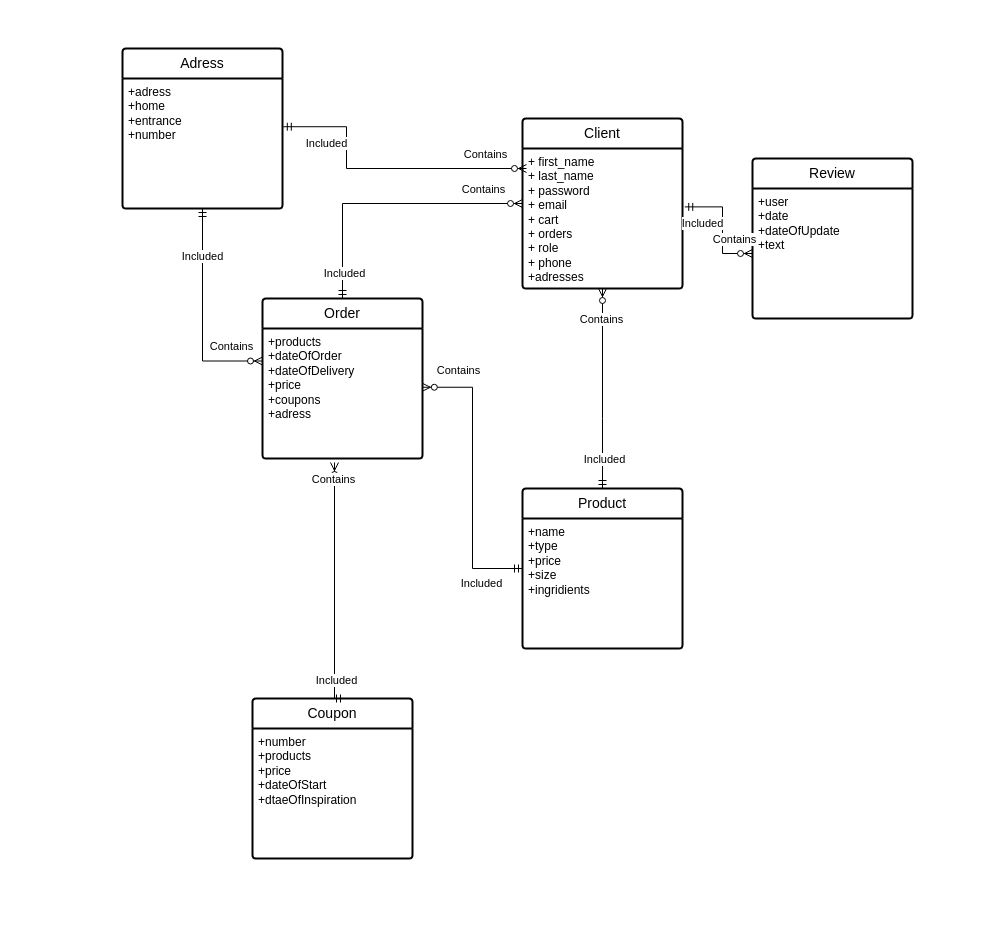
The draw.io diagram mydb.drawio in kirikate/DBMS, before the edit. Source tidied: cells renumbered, new cells numbered last; positions are measured from the earlier drawing's top-left corner, leaving out a move shared by most shapes. Both pictures are drawn from the tidied source at 100%, with x=0, y=0 at pixel (122, 48).
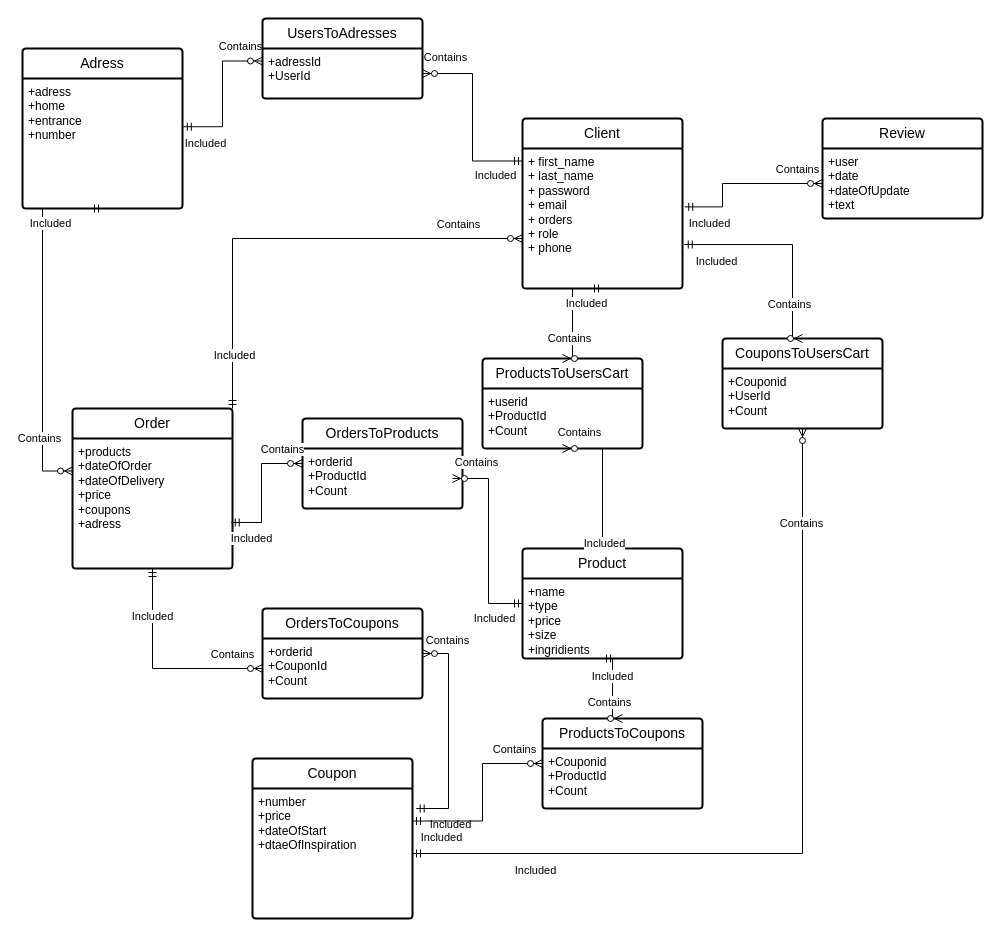
The same diagram, later.

The change refers to these unchanged cells:
```xml
<mxCell id="2" value="Client" style="swimlane;horizontal=1;startSize=30;rounded=1;fontSize=14;fontStyle=0;strokeWidth=2;shadow=0;dashed=0;align=center;arcSize=4;whiteSpace=wrap;html=1;" parent="1" vertex="1">
  <mxGeometry x="400" y="70" width="160" height="170" as="geometry" />
</mxCell>
<mxCell id="8" value="+products&lt;br&gt;+dateOfOrder&lt;br&gt;+dateOfDelivery&lt;br&gt;+price&lt;br&gt;+coupons&lt;br&gt;+adress" style="align=left;strokeColor=none;fillColor=none;spacingLeft=4;fontSize=12;verticalAlign=top;html=1;" parent="7" vertex="1">
  <mxGeometry y="30" width="160" height="130" as="geometry" />
</mxCell>
<mxCell id="25" value="+adress&lt;br&gt;+home&lt;br&gt;+entrance&lt;br&gt;+number&lt;br&gt;" style="align=left;strokeColor=none;fillColor=none;spacingLeft=4;fontSize=12;verticalAlign=top;html=1;" parent="24" vertex="1">
  <mxGeometry y="30" width="160" height="130" as="geometry" />
</mxCell>
```

What changed in the source:
```diff
@@
-    <mxCell id="3" value="+ first_name&lt;br&gt;+ last_name&lt;br&gt;+ password&lt;br&gt;+ email&lt;br&gt;+ cart&lt;br&gt;+ orders&lt;br&gt;+ role&lt;br&gt;+ phone&lt;br&gt;+adresses" style="align=left;strokeColor=none;fillColor=none;spacingLeft=4;fontSize=12;verticalAlign=top;html=1;" parent="2" vertex="1">
+    <mxCell id="3" value="+ first_name&lt;br&gt;+ last_name&lt;br&gt;+ password&lt;br&gt;+ email&lt;br&gt;+ orders&lt;br&gt;+ role&lt;br&gt;+ phone" style="align=left;strokeColor=none;fillColor=none;spacingLeft=4;fontSize=12;verticalAlign=top;html=1;" parent="2" vertex="1">
       <mxGeometry y="30" width="160" height="140" as="geometry" />
     </mxCell>
-    <mxCell id="4" style="fontSize=12;html=1;endArrow=ERzeroToMany;startArrow=ERmandOne;rounded=0;edgeStyle=elbowEdgeStyle;entryX=0;entryY=0.5;entryDx=0;entryDy=0;exitX=0.5;exitY=0;exitDx=0;exitDy=0;" parent="1" edge="1" source="7" target="2">
+    <mxCell id="4" style="fontSize=12;html=1;endArrow=ERzeroToMany;startArrow=ERmandOne;rounded=0;edgeStyle=elbowEdgeStyle;entryX=0;entryY=0.5;entryDx=0;entryDy=0;" parent="1" edge="1" source="7">
       <mxGeometry relative="1" as="geometry">
+        <mxPoint x="400" y="190" as="targetPoint" />
         <Array as="points">
-          <mxPoint x="220" y="385" />
+          <mxPoint x="110" y="275" />
         </Array>
       </mxGeometry>
     </mxCell>
@@
     <mxCell id="7" value="Order" style="swimlane;horizontal=1;startSize=30;rounded=1;fontSize=14;fontStyle=0;strokeWidth=2;shadow=0;dashed=0;align=center;arcSize=4;whiteSpace=wrap;html=1;" parent="1" vertex="1">
-      <mxGeometry x="140" y="250" width="160" height="160" as="geometry" />
+      <mxGeometry x="-50" y="360" width="160" height="160" as="geometry" />
     </mxCell>
@@
     <mxCell id="9" value="Product" style="swimlane;horizontal=1;startSize=30;rounded=1;fontSize=14;fontStyle=0;strokeWidth=2;shadow=0;dashed=0;align=center;arcSize=4;whiteSpace=wrap;html=1;" parent="1" vertex="1">
-      <mxGeometry x="400" y="440" width="160" height="160" as="geometry" />
+      <mxGeometry x="400" y="500" width="160" height="110" as="geometry" />
     </mxCell>
     <mxCell id="10" value="+name&lt;br&gt;+type&lt;br&gt;+price&lt;br&gt;+size&lt;br&gt;+ingridients" style="align=left;strokeColor=none;fillColor=none;spacingLeft=4;fontSize=12;verticalAlign=top;html=1;" parent="9" vertex="1">
-      <mxGeometry y="30" width="160" height="130" as="geometry" />
+      <mxGeometry y="30" width="160" height="80" as="geometry" />
     </mxCell>
-    <mxCell id="11" style="fontSize=12;html=1;endArrow=ERzeroToMany;startArrow=ERmandOne;rounded=0;edgeStyle=elbowEdgeStyle;entryX=0.5;entryY=1;entryDx=0;entryDy=0;exitX=0.5;exitY=0;exitDx=0;exitDy=0;" parent="1" edge="1" source="9" target="3">
-      <mxGeometry relative="1" as="geometry">
-        <Array as="points">
-          <mxPoint x="480" y="370" />
-        </Array>
-      </mxGeometry>
-    </mxCell>
-    <mxCell id="12" value="Contains" style="edgeLabel;html=1;align=center;verticalAlign=middle;" parent="11" vertex="1">
-      <mxGeometry x="0.73" y="-1" relative="1" as="geometry">
-        <mxPoint x="-3" y="3" as="offset" />
-      </mxGeometry>
-    </mxCell>
-    <mxCell id="13" value="Included" style="edgeLabel;html=1;align=center;verticalAlign=middle;" parent="11" vertex="1">
-      <mxGeometry x="-0.7" y="-1" relative="1" as="geometry" />
-    </mxCell>
-    <mxCell id="14" style="fontSize=12;html=1;endArrow=ERzeroToMany;startArrow=ERmandOne;rounded=0;edgeStyle=elbowEdgeStyle;entryX=0.999;entryY=0.452;entryDx=0;entryDy=0;exitX=0;exitY=0.5;exitDx=0;exitDy=0;entryPerimeter=0;" parent="1" edge="1" source="9" target="8">
-      <mxGeometry relative="1" as="geometry">
-        <Array as="points">
-          <mxPoint x="350" y="340" />
-        </Array>
-      </mxGeometry>
-    </mxCell>
-    <mxCell id="15" value="Contains" style="edgeLabel;html=1;align=center;verticalAlign=middle;" parent="14" vertex="1">
-      <mxGeometry x="0.73" y="-1" relative="1" as="geometry">
-        <mxPoint x="-3" y="-16" as="offset" />
-      </mxGeometry>
-    </mxCell>
-    <mxCell id="16" value="Included" style="edgeLabel;html=1;align=center;verticalAlign=middle;" parent="14" vertex="1">
-      <mxGeometry x="-0.7" y="-1" relative="1" as="geometry">
-        <mxPoint y="15" as="offset" />
-      </mxGeometry>
-    </mxCell>
     <mxCell id="17" value="Coupon" style="swimlane;horizontal=1;startSize=30;rounded=1;fontSize=14;fontStyle=0;strokeWidth=2;shadow=0;dashed=0;align=center;arcSize=4;whiteSpace=wrap;html=1;" parent="1" vertex="1">
-      <mxGeometry x="130" y="650" width="160" height="160" as="geometry" />
+      <mxGeometry x="130" y="710" width="160" height="160" as="geometry" />
     </mxCell>
-    <mxCell id="18" value="+number&lt;br&gt;+products&lt;br&gt;+price&lt;br&gt;+dateOfStart&lt;br&gt;+dtaeOfInspiration" style="align=left;strokeColor=none;fillColor=none;spacingLeft=4;fontSize=12;verticalAlign=top;html=1;" parent="17" vertex="1">
+    <mxCell id="18" value="+number&lt;br&gt;+price&lt;br&gt;+dateOfStart&lt;br&gt;+dtaeOfInspiration" style="align=left;strokeColor=none;fillColor=none;spacingLeft=4;fontSize=12;verticalAlign=top;html=1;" parent="17" vertex="1">
       <mxGeometry y="30" width="160" height="130" as="geometry" />
     </mxCell>
-    <mxCell id="19" style="fontSize=12;html=1;endArrow=ERzeroToMany;startArrow=ERmandOne;rounded=0;edgeStyle=elbowEdgeStyle;entryX=0.449;entryY=1.031;entryDx=0;entryDy=0;exitX=0.5;exitY=0;exitDx=0;exitDy=0;entryPerimeter=0;" parent="1" edge="1" source="17" target="8">
-      <mxGeometry relative="1" as="geometry">
-        <Array as="points">
-          <mxPoint x="212" y="490" />
-          <mxPoint x="280" y="526" />
-        </Array>
-      </mxGeometry>
-    </mxCell>
-    <mxCell id="20" value="Contains" style="edgeLabel;html=1;align=center;verticalAlign=middle;" parent="19" vertex="1">
-      <mxGeometry x="0.73" y="-1" relative="1" as="geometry">
-        <mxPoint x="-3" y="-16" as="offset" />
-      </mxGeometry>
-    </mxCell>
-    <mxCell id="21" value="Included" style="edgeLabel;html=1;align=center;verticalAlign=middle;" parent="19" vertex="1">
-      <mxGeometry x="-0.7" y="-1" relative="1" as="geometry">
-        <mxPoint y="15" as="offset" />
-      </mxGeometry>
-    </mxCell>
     <mxCell id="22" value="Review" style="swimlane;horizontal=1;startSize=30;rounded=1;fontSize=14;fontStyle=0;strokeWidth=2;shadow=0;dashed=0;align=center;arcSize=4;whiteSpace=wrap;html=1;" parent="1" vertex="1">
-      <mxGeometry x="630" y="110" width="160" height="160" as="geometry" />
+      <mxGeometry x="700" y="70" width="160" height="100" as="geometry" />
     </mxCell>
     <mxCell id="23" value="+user&lt;br&gt;+date&lt;br&gt;+dateOfUpdate&lt;br&gt;+text" style="align=left;strokeColor=none;fillColor=none;spacingLeft=4;fontSize=12;verticalAlign=top;html=1;" parent="22" vertex="1">
-      <mxGeometry y="30" width="160" height="130" as="geometry" />
+      <mxGeometry y="30" width="160" height="70" as="geometry" />
     </mxCell>
     <mxCell id="24" value="Adress" style="swimlane;horizontal=1;startSize=30;rounded=1;fontSize=14;fontStyle=0;strokeWidth=2;shadow=0;dashed=0;align=center;arcSize=4;whiteSpace=wrap;html=1;" parent="1" vertex="1">
-      <mxGeometry width="160" height="160" as="geometry" />
+      <mxGeometry x="-100" width="160" height="160" as="geometry" />
     </mxCell>
@@
-    <mxCell id="26" style="fontSize=12;html=1;endArrow=ERzeroToMany;startArrow=ERmandOne;rounded=0;edgeStyle=elbowEdgeStyle;entryX=0;entryY=0.5;entryDx=0;entryDy=0;exitX=1.005;exitY=0.371;exitDx=0;exitDy=0;exitPerimeter=0;" parent="1" edge="1" source="25">
+    <mxCell id="26" style="fontSize=12;html=1;endArrow=ERzeroToMany;startArrow=ERmandOne;rounded=0;edgeStyle=elbowEdgeStyle;exitX=1.005;exitY=0.371;exitDx=0;exitDy=0;exitPerimeter=0;entryX=0;entryY=0.25;entryDx=0;entryDy=0;" parent="1" edge="1" source="25" target="36">
       <mxGeometry relative="1" as="geometry">
-        <mxPoint x="404" y="120" as="targetPoint" />
         <Array as="points">
-          <mxPoint x="224" y="350" />
+          <mxPoint x="100" y="60" />
+          <mxPoint x="200" y="70" />
         </Array>
       </mxGeometry>
     </mxCell>
@@
     <mxCell id="29" style="fontSize=12;html=1;endArrow=ERzeroToMany;startArrow=ERmandOne;rounded=0;edgeStyle=elbowEdgeStyle;entryX=0;entryY=0.25;entryDx=0;entryDy=0;exitX=0.5;exitY=1;exitDx=0;exitDy=0;" parent="1" edge="1" source="25" target="8">
       <mxGeometry relative="1" as="geometry">
         <Array as="points">
-          <mxPoint x="80" y="230" />
+          <mxPoint x="-80" y="300" />
         </Array>
       </mxGeometry>
     </mxCell>
@@
+    <mxCell id="35" value="UsersToAdresses" style="swimlane;horizontal=1;startSize=30;rounded=1;fontSize=14;fontStyle=0;strokeWidth=2;shadow=0;dashed=0;align=center;arcSize=4;whiteSpace=wrap;html=1;" parent="1" vertex="1">
+      <mxGeometry x="140" y="-30" width="160" height="80" as="geometry" />
+    </mxCell>
+    <mxCell id="36" value="+adressId&lt;br&gt;+UserId" style="align=left;strokeColor=none;fillColor=none;spacingLeft=4;fontSize=12;verticalAlign=top;html=1;" parent="35" vertex="1">
+      <mxGeometry y="30" width="160" height="50" as="geometry" />
+    </mxCell>
+    <mxCell id="37" style="fontSize=12;html=1;endArrow=ERzeroToMany;startArrow=ERmandOne;rounded=0;edgeStyle=elbowEdgeStyle;exitX=0;exitY=0.25;exitDx=0;exitDy=0;entryX=1;entryY=0.5;entryDx=0;entryDy=0;" parent="1" edge="1" source="2" target="36">
+      <mxGeometry relative="1" as="geometry">
+        <Array as="points">
+          <mxPoint x="350" y="70" />
+          <mxPoint x="210" y="80" />
+        </Array>
+      </mxGeometry>
+    </mxCell>
+    <mxCell id="38" value="Contains" style="edgeLabel;html=1;align=center;verticalAlign=middle;" parent="37" vertex="1">
+      <mxGeometry x="0.73" y="-1" relative="1" as="geometry">
+        <mxPoint x="-3" y="-16" as="offset" />
+      </mxGeometry>
+    </mxCell>
+    <mxCell id="39" value="Included" style="edgeLabel;html=1;align=center;verticalAlign=middle;" parent="37" vertex="1">
+      <mxGeometry x="-0.7" y="-1" relative="1" as="geometry">
+        <mxPoint y="15" as="offset" />
+      </mxGeometry>
+    </mxCell>
+    <mxCell id="40" value="OrdersToProducts" style="swimlane;horizontal=1;startSize=30;rounded=1;fontSize=14;fontStyle=0;strokeWidth=2;shadow=0;dashed=0;align=center;arcSize=4;whiteSpace=wrap;html=1;" parent="1" vertex="1">
+      <mxGeometry x="180" y="370" width="160" height="90" as="geometry" />
+    </mxCell>
+    <mxCell id="41" style="fontSize=12;html=1;endArrow=ERzeroToMany;startArrow=ERmandOne;rounded=0;edgeStyle=elbowEdgeStyle;exitX=0;exitY=0.5;exitDx=0;exitDy=0;entryX=1;entryY=0.5;entryDx=0;entryDy=0;" parent="40" edge="1" source="9">
+      <mxGeometry relative="1" as="geometry">
+        <mxPoint x="150" y="60" as="targetPoint" />
+        <Array as="points">
+          <mxPoint x="186" y="105" />
+          <mxPoint x="46" y="115" />
+        </Array>
+      </mxGeometry>
+    </mxCell>
+    <mxCell id="42" value="Contains" style="edgeLabel;html=1;align=center;verticalAlign=middle;" parent="41" vertex="1">
+      <mxGeometry x="0.73" y="-1" relative="1" as="geometry">
+        <mxPoint x="-3" y="-16" as="offset" />
+      </mxGeometry>
+    </mxCell>
+    <mxCell id="43" value="Included" style="edgeLabel;html=1;align=center;verticalAlign=middle;" parent="41" vertex="1">
+      <mxGeometry x="-0.7" y="-1" relative="1" as="geometry">
+        <mxPoint y="15" as="offset" />
+      </mxGeometry>
+    </mxCell>
+    <mxCell id="44" value="+orderid&lt;br&gt;+ProductId&lt;br&gt;+Count" style="align=left;strokeColor=none;fillColor=none;spacingLeft=4;fontSize=12;verticalAlign=top;html=1;" parent="40" vertex="1">
+      <mxGeometry y="30" width="160" height="60" as="geometry" />
+    </mxCell>
+    <mxCell id="45" style="fontSize=12;html=1;endArrow=ERzeroToMany;startArrow=ERmandOne;rounded=0;edgeStyle=elbowEdgeStyle;exitX=0.992;exitY=0.646;exitDx=0;exitDy=0;exitPerimeter=0;" parent="1" edge="1" source="8">
+      <mxGeometry relative="1" as="geometry">
+        <mxPoint x="180" y="415" as="targetPoint" />
+        <Array as="points">
+          <mxPoint x="139" y="482" />
+          <mxPoint x="239" y="492" />
+        </Array>
+      </mxGeometry>
+    </mxCell>
+    <mxCell id="46" value="Contains" style="edgeLabel;html=1;align=center;verticalAlign=middle;" parent="45" vertex="1">
+      <mxGeometry x="0.73" y="-1" relative="1" as="geometry">
+        <mxPoint x="-3" y="-16" as="offset" />
+      </mxGeometry>
+    </mxCell>
+    <mxCell id="47" value="Included" style="edgeLabel;html=1;align=center;verticalAlign=middle;" parent="45" vertex="1">
+      <mxGeometry x="-0.7" y="-1" relative="1" as="geometry">
+        <mxPoint y="15" as="offset" />
+      </mxGeometry>
+    </mxCell>
+    <mxCell id="48" value="OrdersToCoupons" style="swimlane;horizontal=1;startSize=30;rounded=1;fontSize=14;fontStyle=0;strokeWidth=2;shadow=0;dashed=0;align=center;arcSize=4;whiteSpace=wrap;html=1;" parent="1" vertex="1">
+      <mxGeometry x="140" y="560" width="160" height="90" as="geometry" />
+    </mxCell>
+    <mxCell id="49" value="+orderid&lt;br&gt;+CouponId&lt;br&gt;+Count" style="align=left;strokeColor=none;fillColor=none;spacingLeft=4;fontSize=12;verticalAlign=top;html=1;" parent="48" vertex="1">
+      <mxGeometry y="30" width="160" height="60" as="geometry" />
+    </mxCell>
+    <mxCell id="50" style="fontSize=12;html=1;endArrow=ERzeroToMany;startArrow=ERmandOne;rounded=0;edgeStyle=elbowEdgeStyle;exitX=1.023;exitY=0.154;exitDx=0;exitDy=0;exitPerimeter=0;entryX=1;entryY=0.25;entryDx=0;entryDy=0;" parent="1" edge="1" source="18" target="49">
+      <mxGeometry relative="1" as="geometry">
+        <Array as="points">
+          <mxPoint x="326" y="665" />
+          <mxPoint x="186" y="675" />
+        </Array>
+      </mxGeometry>
+    </mxCell>
+    <mxCell id="51" value="Contains" style="edgeLabel;html=1;align=center;verticalAlign=middle;" parent="50" vertex="1">
+      <mxGeometry x="0.73" y="-1" relative="1" as="geometry">
+        <mxPoint x="-3" y="-16" as="offset" />
+      </mxGeometry>
+    </mxCell>
+    <mxCell id="52" value="Included" style="edgeLabel;html=1;align=center;verticalAlign=middle;" parent="50" vertex="1">
+      <mxGeometry x="-0.7" y="-1" relative="1" as="geometry">
+        <mxPoint y="15" as="offset" />
+      </mxGeometry>
+    </mxCell>
+    <mxCell id="53" style="fontSize=12;html=1;endArrow=ERzeroToMany;startArrow=ERmandOne;rounded=0;edgeStyle=elbowEdgeStyle;exitX=0.5;exitY=1;exitDx=0;exitDy=0;entryX=0;entryY=0.5;entryDx=0;entryDy=0;" parent="1" edge="1" source="8" target="49">
+      <mxGeometry relative="1" as="geometry">
+        <Array as="points">
+          <mxPoint x="30" y="600" />
+          <mxPoint x="196" y="685" />
+        </Array>
+      </mxGeometry>
+    </mxCell>
+    <mxCell id="54" value="Contains" style="edgeLabel;html=1;align=center;verticalAlign=middle;" parent="53" vertex="1">
+      <mxGeometry x="0.73" y="-1" relative="1" as="geometry">
+        <mxPoint x="-3" y="-16" as="offset" />
+      </mxGeometry>
+    </mxCell>
+    <mxCell id="55" value="Included" style="edgeLabel;html=1;align=center;verticalAlign=middle;" parent="53" vertex="1">
+      <mxGeometry x="-0.7" y="-1" relative="1" as="geometry">
+        <mxPoint y="15" as="offset" />
+      </mxGeometry>
+    </mxCell>
+    <mxCell id="56" value="ProductsToUsersCart" style="swimlane;horizontal=1;startSize=30;rounded=1;fontSize=14;fontStyle=0;strokeWidth=2;shadow=0;dashed=0;align=center;arcSize=4;whiteSpace=wrap;html=1;" parent="1" vertex="1">
+      <mxGeometry x="360" y="310" width="160" height="90" as="geometry" />
+    </mxCell>
+    <mxCell id="57" value="+userid&lt;br&gt;+ProductId&lt;br&gt;+Count" style="align=left;strokeColor=none;fillColor=none;spacingLeft=4;fontSize=12;verticalAlign=top;html=1;" parent="56" vertex="1">
+      <mxGeometry y="30" width="160" height="60" as="geometry" />
+    </mxCell>
+    <mxCell id="58" style="fontSize=12;html=1;endArrow=ERzeroToMany;startArrow=ERmandOne;rounded=0;edgeStyle=elbowEdgeStyle;entryX=0.5;entryY=0;entryDx=0;entryDy=0;exitX=0.5;exitY=1;exitDx=0;exitDy=0;" parent="1" edge="1" source="3" target="56">
+      <mxGeometry relative="1" as="geometry">
+        <Array as="points">
+          <mxPoint x="450" y="280" />
+          <mxPoint x="546" y="295" />
+        </Array>
+      </mxGeometry>
+    </mxCell>
+    <mxCell id="59" value="Contains" style="edgeLabel;html=1;align=center;verticalAlign=middle;" parent="58" vertex="1">
+      <mxGeometry x="0.73" y="-1" relative="1" as="geometry">
+        <mxPoint x="-3" y="-16" as="offset" />
+      </mxGeometry>
+    </mxCell>
+    <mxCell id="60" value="Included" style="edgeLabel;html=1;align=center;verticalAlign=middle;" parent="58" vertex="1">
+      <mxGeometry x="-0.7" y="-1" relative="1" as="geometry">
+        <mxPoint y="15" as="offset" />
+      </mxGeometry>
+    </mxCell>
+    <mxCell id="61" style="fontSize=12;html=1;endArrow=ERzeroToMany;startArrow=ERmandOne;rounded=0;edgeStyle=elbowEdgeStyle;exitX=0.5;exitY=0;exitDx=0;exitDy=0;entryX=0.5;entryY=1;entryDx=0;entryDy=0;" parent="1" edge="1" source="9" target="57">
+      <mxGeometry relative="1" as="geometry">
+        <Array as="points">
+          <mxPoint x="480" y="450" />
+          <mxPoint x="446" y="435" />
+        </Array>
+      </mxGeometry>
+    </mxCell>
+    <mxCell id="62" value="Contains" style="edgeLabel;html=1;align=center;verticalAlign=middle;" parent="61" vertex="1">
+      <mxGeometry x="0.73" y="-1" relative="1" as="geometry">
+        <mxPoint x="-3" y="-16" as="offset" />
+      </mxGeometry>
+    </mxCell>
+    <mxCell id="63" value="Included" style="edgeLabel;html=1;align=center;verticalAlign=middle;" parent="61" vertex="1">
+      <mxGeometry x="-0.7" y="-1" relative="1" as="geometry">
+        <mxPoint y="15" as="offset" />
+      </mxGeometry>
+    </mxCell>
+    <mxCell id="64" value="CouponsToUsersCart" style="swimlane;horizontal=1;startSize=30;rounded=1;fontSize=14;fontStyle=0;strokeWidth=2;shadow=0;dashed=0;align=center;arcSize=4;whiteSpace=wrap;html=1;" parent="1" vertex="1">
+      <mxGeometry x="600" y="290" width="160" height="90" as="geometry" />
+    </mxCell>
+    <mxCell id="65" value="+Couponid&lt;br&gt;+UserId&lt;br&gt;+Count" style="align=left;strokeColor=none;fillColor=none;spacingLeft=4;fontSize=12;verticalAlign=top;html=1;" parent="64" vertex="1">
+      <mxGeometry y="30" width="160" height="60" as="geometry" />
+    </mxCell>
+    <mxCell id="66" style="fontSize=12;html=1;endArrow=ERzeroToMany;startArrow=ERmandOne;rounded=0;edgeStyle=elbowEdgeStyle;entryX=0.5;entryY=0;entryDx=0;entryDy=0;exitX=1.011;exitY=0.686;exitDx=0;exitDy=0;exitPerimeter=0;" parent="1" edge="1" source="3" target="64">
+      <mxGeometry relative="1" as="geometry">
+        <Array as="points">
+          <mxPoint x="670" y="240" />
+        </Array>
+      </mxGeometry>
+    </mxCell>
+    <mxCell id="67" value="Contains" style="edgeLabel;html=1;align=center;verticalAlign=middle;" parent="66" vertex="1">
+      <mxGeometry x="0.73" y="-1" relative="1" as="geometry">
+        <mxPoint x="-3" y="-16" as="offset" />
+      </mxGeometry>
+    </mxCell>
+    <mxCell id="68" value="Included" style="edgeLabel;html=1;align=center;verticalAlign=middle;" parent="66" vertex="1">
+      <mxGeometry x="-0.7" y="-1" relative="1" as="geometry">
+        <mxPoint y="15" as="offset" />
+      </mxGeometry>
+    </mxCell>
+    <mxCell id="69" style="fontSize=12;html=1;endArrow=ERzeroToMany;startArrow=ERmandOne;rounded=0;edgeStyle=elbowEdgeStyle;entryX=0.5;entryY=1;entryDx=0;entryDy=0;exitX=1;exitY=0.5;exitDx=0;exitDy=0;" parent="1" edge="1" source="18" target="65">
+      <mxGeometry relative="1" as="geometry">
+        <Array as="points">
+          <mxPoint x="680" y="510" />
+        </Array>
+      </mxGeometry>
+    </mxCell>
+    <mxCell id="70" value="Contains" style="edgeLabel;html=1;align=center;verticalAlign=middle;" parent="69" vertex="1">
+      <mxGeometry x="0.73" y="-1" relative="1" as="geometry">
+        <mxPoint x="-3" y="-16" as="offset" />
+      </mxGeometry>
+    </mxCell>
+    <mxCell id="71" value="Included" style="edgeLabel;html=1;align=center;verticalAlign=middle;" parent="69" vertex="1">
+      <mxGeometry x="-0.7" y="-1" relative="1" as="geometry">
+        <mxPoint y="15" as="offset" />
+      </mxGeometry>
+    </mxCell>
+    <mxCell id="72" value="ProductsToCoupons" style="swimlane;horizontal=1;startSize=30;rounded=1;fontSize=14;fontStyle=0;strokeWidth=2;shadow=0;dashed=0;align=center;arcSize=4;whiteSpace=wrap;html=1;" parent="1" vertex="1">
+      <mxGeometry x="420" y="670" width="160" height="90" as="geometry" />
+    </mxCell>
+    <mxCell id="73" value="+Couponid&lt;br&gt;+ProductId&lt;br&gt;+Count" style="align=left;strokeColor=none;fillColor=none;spacingLeft=4;fontSize=12;verticalAlign=top;html=1;" parent="72" vertex="1">
+      <mxGeometry y="30" width="160" height="60" as="geometry" />
+    </mxCell>
+    <mxCell id="74" style="fontSize=12;html=1;endArrow=ERzeroToMany;startArrow=ERmandOne;rounded=0;edgeStyle=elbowEdgeStyle;exitX=1;exitY=0.25;exitDx=0;exitDy=0;entryX=0;entryY=0.5;entryDx=0;entryDy=0;" parent="1" edge="1" source="18" target="72">
+      <mxGeometry relative="1" as="geometry">
+        <Array as="points">
+          <mxPoint x="360" y="770" />
+          <mxPoint x="226" y="915" />
+        </Array>
+      </mxGeometry>
+    </mxCell>
+    <mxCell id="75" value="Contains" style="edgeLabel;html=1;align=center;verticalAlign=middle;" parent="74" vertex="1">
+      <mxGeometry x="0.73" y="-1" relative="1" as="geometry">
+        <mxPoint x="-3" y="-16" as="offset" />
+      </mxGeometry>
+    </mxCell>
+    <mxCell id="76" value="Included" style="edgeLabel;html=1;align=center;verticalAlign=middle;" parent="74" vertex="1">
+      <mxGeometry x="-0.7" y="-1" relative="1" as="geometry">
+        <mxPoint y="15" as="offset" />
+      </mxGeometry>
+    </mxCell>
+    <mxCell id="77" style="fontSize=12;html=1;endArrow=ERzeroToMany;startArrow=ERmandOne;rounded=0;edgeStyle=elbowEdgeStyle;exitX=0.5;exitY=1;exitDx=0;exitDy=0;entryX=0.5;entryY=0;entryDx=0;entryDy=0;" parent="1" edge="1" source="10" target="72">
+      <mxGeometry relative="1" as="geometry">
+        <Array as="points">
+          <mxPoint x="490" y="640" />
+          <mxPoint x="246" y="505" />
+        </Array>
+      </mxGeometry>
+    </mxCell>
+    <mxCell id="78" value="Contains" style="edgeLabel;html=1;align=center;verticalAlign=middle;" parent="77" vertex="1">
+      <mxGeometry x="0.73" y="-1" relative="1" as="geometry">
+        <mxPoint x="-3" y="-16" as="offset" />
+      </mxGeometry>
+    </mxCell>
+    <mxCell id="79" value="Included" style="edgeLabel;html=1;align=center;verticalAlign=middle;" parent="77" vertex="1">
+      <mxGeometry x="-0.7" y="-1" relative="1" as="geometry">
+        <mxPoint y="15" as="offset" />
+      </mxGeometry>
+    </mxCell>
```
